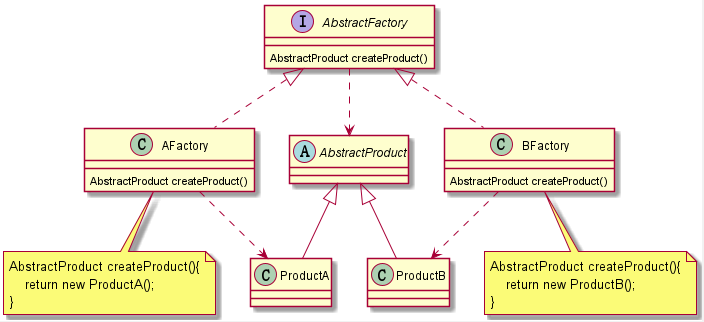
Earlier version of the PlantUML export doc/images/pattern/MS322.png (Drintau/StudyRepository). Its source is kept beside it as doc/UML/pattern/MS322.puml.
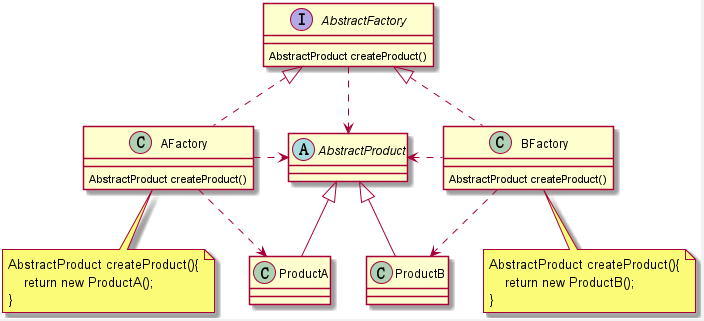
After the commit.

Change to the diagram source:
```diff
@@ -32,6 +32,8 @@
 AbstractProduct <|-- ProductB
 
 AFactory ..> ProductA
+AFactory .> AbstractProduct
 BFactory ..> ProductB
+AbstractProduct <. BFactory
 
 @enduml
```
